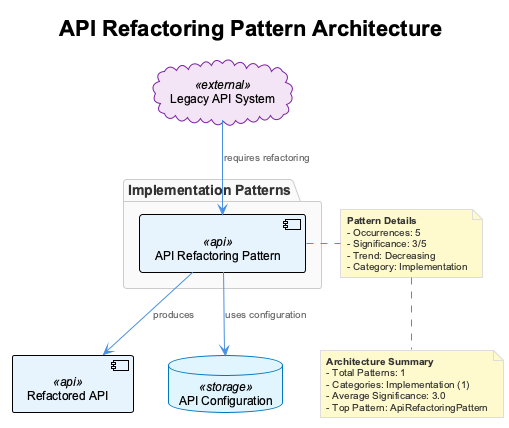
Before: knowledge-management/insights/images/api-refactoring-pattern-architecture.png, a diagram exported from PlantUML (fwornle/coding).
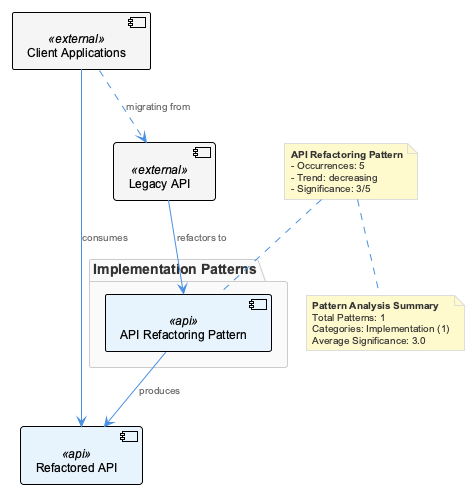
After the commit.

What changed in the source:
```diff
@@ -1,34 +1,31 @@
 @startuml
 !include /Users/q284340/Agentic/coding/docs/puml/_standard-style.puml
 
-title API Refactoring Pattern Architecture
-
 package "Implementation Patterns" {
-    component "API Refactoring Pattern" as apiRefactoring <<api>>
+  component "API Refactoring Pattern" as apiRefactor <<api>>
 }
 
-cloud "Legacy API System" as legacyApi <<external>>
+component "Legacy API" as legacyApi <<external>>
 component "Refactored API" as newApi <<api>>
-database "API Configuration" as apiConfig <<storage>>
+component "Client Applications" as clients <<external>>
 
-legacyApi --> apiRefactoring : "requires refactoring"
-apiRefactoring --> newApi : "produces"
-apiRefactoring --> apiConfig : "uses configuration"
+legacyApi --> apiRefactor : "refactors to"
+apiRefactor --> newApi : "produces"
+clients --> newApi : "consumes"
+clients ..> legacyApi : "migrating from"
 
-note right of apiRefactoring
-  **Pattern Details**
+note top of apiRefactor
+  **API Refactoring Pattern**
   - Occurrences: 5
+  - Trend: decreasing
   - Significance: 3/5
-  - Trend: Decreasing
-  - Category: Implementation
 end note
 
 note bottom
-  **Architecture Summary**
-  - Total Patterns: 1
-  - Categories: Implementation (1)
-  - Average Significance: 3.0
-  - Top Pattern: ApiRefactoringPattern
+  **Pattern Analysis Summary**
+  Total Patterns: 1
+  Categories: Implementation (1)
+  Average Significance: 3.0
 end note
 
 @enduml
```
